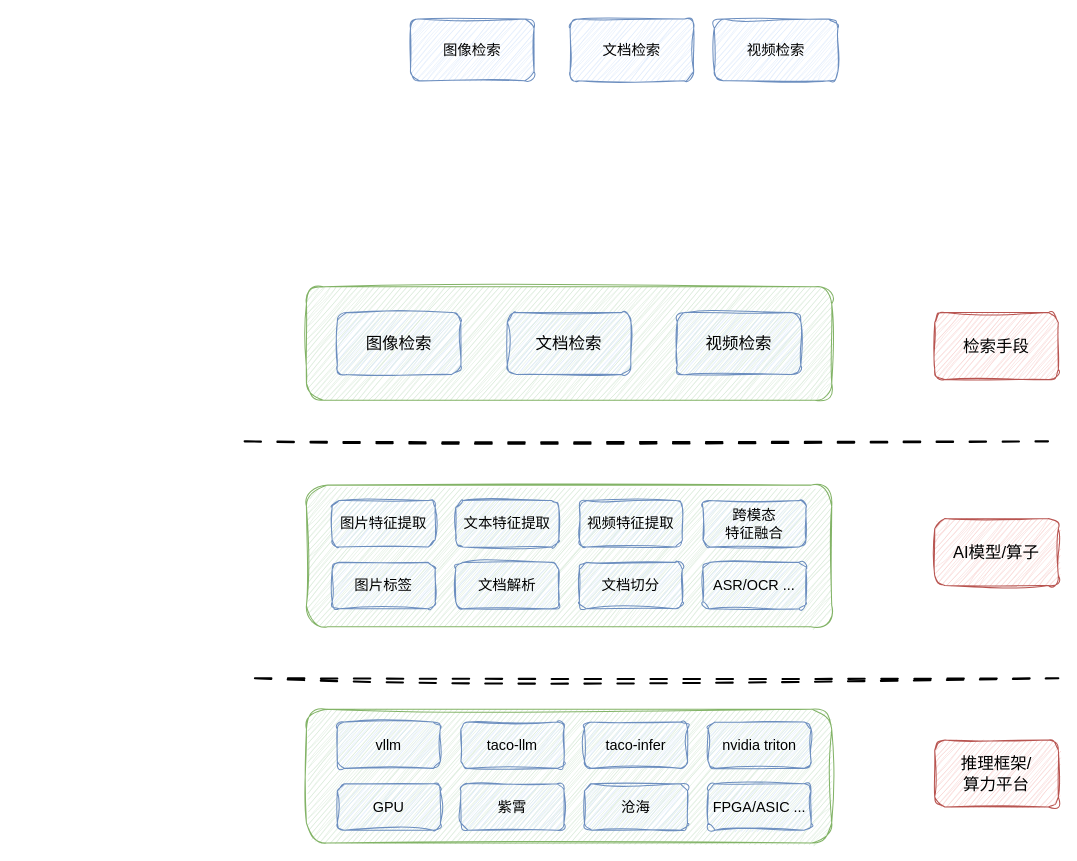
Before: 20250531_汇报材料.drawio in CvRocker/draw-io, a draw.io diagram. Source tidied: cells renumbered, new cells numbered last; positions are measured from the earlier drawing's top-left corner, leaving out a move shared by most shapes. Both pictures are drawn from the tidied source at 103%, with x=0, y=0 at pixel (244, 19).
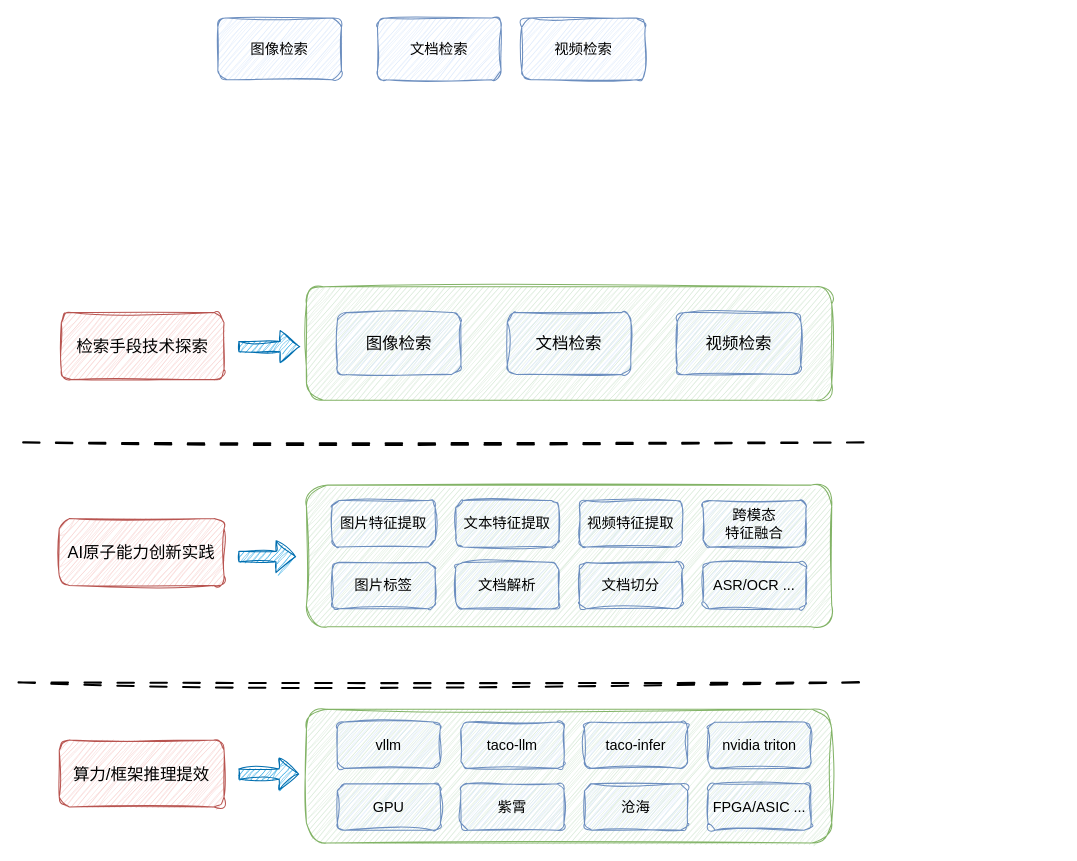
The same diagram, later.

The edit, as a diff of the source:
```diff
@@
-    <mxCell id="3" value="&lt;font style=&quot;font-size: 16px;&quot;&gt;检索手段&lt;/font&gt;" style="rounded=1;whiteSpace=wrap;html=1;fillColor=#f8cecc;strokeColor=#b85450;fontFamily=Helvetica;sketch=1;curveFitting=1;jiggle=2;" parent="1" vertex="1">
-      <mxGeometry x="670" y="285" width="120" height="65" as="geometry" />
+    <mxCell id="3" value="&lt;span style=&quot;font-size: 16px;&quot;&gt;检索手段技术探索&lt;/span&gt;" style="rounded=1;whiteSpace=wrap;html=1;fillColor=#f8cecc;strokeColor=#b85450;fontFamily=Helvetica;sketch=1;curveFitting=1;jiggle=2;" parent="1" vertex="1">
+      <mxGeometry x="-178" y="285" width="158" height="65" as="geometry" />
     </mxCell>
     <mxCell id="4" value="图像检索" style="rounded=1;whiteSpace=wrap;html=1;fillColor=#dae8fc;strokeColor=#6c8ebf;fontFamily=Helvetica;fontSize=14;sketch=1;curveFitting=1;jiggle=2;" parent="1" vertex="1">
-      <mxGeometry x="161" width="120" height="60" as="geometry" />
+      <mxGeometry x="-26" y="-1" width="120" height="60" as="geometry" />
     </mxCell>
     <mxCell id="5" value="文档检索" style="rounded=1;whiteSpace=wrap;html=1;fillColor=#dae8fc;strokeColor=#6c8ebf;fontFamily=Helvetica;fontSize=14;sketch=1;curveFitting=1;jiggle=2;" parent="1" vertex="1">
-      <mxGeometry x="316" width="120" height="60" as="geometry" />
+      <mxGeometry x="129" y="-1" width="120" height="60" as="geometry" />
     </mxCell>
     <mxCell id="6" value="视频检索" style="rounded=1;whiteSpace=wrap;html=1;fillColor=#dae8fc;strokeColor=#6c8ebf;fontFamily=Helvetica;fontSize=14;sketch=1;curveFitting=1;jiggle=2;" parent="1" vertex="1">
-      <mxGeometry x="456" width="120" height="60" as="geometry" />
+      <mxGeometry x="269" y="-1" width="120" height="60" as="geometry" />
     </mxCell>
@@
     <mxCell id="10" style="endArrow=none;html=1;rounded=1;dashed=1;dashPattern=8 8;strokeWidth=2;sketch=1;curveFitting=1;jiggle=2;" parent="1" edge="1">
       <mxGeometry relative="1" as="geometry">
-        <mxPoint y="410" as="sourcePoint" />
-        <mxPoint x="780" y="410" as="targetPoint" />
+        <mxPoint x="-215" y="411" as="sourcePoint" />
+        <mxPoint x="610" y="411" as="targetPoint" />
       </mxGeometry>
     </mxCell>
@@
-    <mxCell id="12" value="&lt;span style=&quot;font-size: 16px;&quot;&gt;AI模型/算子&lt;/span&gt;" style="rounded=1;whiteSpace=wrap;html=1;fillColor=#f8cecc;strokeColor=#b85450;fontFamily=Helvetica;sketch=1;curveFitting=1;jiggle=2;" parent="1" vertex="1">
-      <mxGeometry x="670" y="485" width="120" height="65" as="geometry" />
+    <mxCell id="12" value="&lt;span style=&quot;font-size: 16px;&quot;&gt;AI&lt;/span&gt;&lt;span style=&quot;font-size: 16px;&quot;&gt;原子能力创新实践&lt;/span&gt;" style="rounded=1;whiteSpace=wrap;html=1;fillColor=#f8cecc;strokeColor=#b85450;fontFamily=Helvetica;sketch=1;curveFitting=1;jiggle=2;" parent="1" vertex="1">
+      <mxGeometry x="-180" y="485" width="160" height="65" as="geometry" />
     </mxCell>
@@
-    <mxCell id="21" value="&lt;span style=&quot;font-size: 16px;&quot;&gt;推理框架/&lt;/span&gt;&lt;div&gt;&lt;span style=&quot;font-size: 16px;&quot;&gt;算力平台&lt;/span&gt;&lt;/div&gt;" style="rounded=1;whiteSpace=wrap;html=1;fillColor=#f8cecc;strokeColor=#b85450;fontFamily=Helvetica;sketch=1;curveFitting=1;jiggle=2;" parent="1" vertex="1">
-      <mxGeometry x="670" y="700" width="120" height="65" as="geometry" />
+    <mxCell id="21" value="&lt;span style=&quot;font-size: 16px;&quot;&gt;算力/&lt;/span&gt;&lt;span style=&quot;font-size: 16px;&quot;&gt;框架推理提效&lt;/span&gt;" style="rounded=1;whiteSpace=wrap;html=1;fillColor=#f8cecc;strokeColor=#b85450;fontFamily=Helvetica;sketch=1;curveFitting=1;jiggle=2;" parent="1" vertex="1">
+      <mxGeometry x="-180" y="700" width="160" height="65" as="geometry" />
     </mxCell>
@@
     <mxCell id="31" style="endArrow=none;html=1;rounded=1;dashed=1;dashPattern=8 8;strokeWidth=2;sketch=1;curveFitting=1;jiggle=2;" parent="1" edge="1">
       <mxGeometry relative="1" as="geometry">
-        <mxPoint x="10" y="640" as="sourcePoint" />
-        <mxPoint x="790" y="640" as="targetPoint" />
+        <mxPoint x="-219.5" y="644" as="sourcePoint" />
+        <mxPoint x="597.5" y="644" as="targetPoint" />
       </mxGeometry>
     </mxCell>
+    <mxCell id="32" style="shape=flexArrow;endArrow=classic;html=1;rounded=0;sketch=1;hachureGap=4;jiggle=2;curveFitting=1;fontFamily=Architects Daughter;fillColor=#1ba1e2;strokeColor=#006EAF;" parent="1" edge="1">
+      <mxGeometry relative="1" as="geometry">
+        <mxPoint x="-6" y="318" as="sourcePoint" />
+        <mxPoint x="54" y="318" as="targetPoint" />
+      </mxGeometry>
+    </mxCell>
+    <mxCell id="33" style="shape=flexArrow;endArrow=classic;html=1;rounded=0;sketch=1;hachureGap=4;jiggle=2;curveFitting=1;fontFamily=Architects Daughter;fillColor=#1ba1e2;strokeColor=#006EAF;" parent="1" edge="1">
+      <mxGeometry relative="1" as="geometry">
+        <mxPoint x="-6" y="521.8" as="sourcePoint" />
+        <mxPoint x="50" y="522" as="targetPoint" />
+      </mxGeometry>
+    </mxCell>
+    <mxCell id="34" style="shape=flexArrow;endArrow=classic;html=1;rounded=0;sketch=1;hachureGap=4;jiggle=2;curveFitting=1;fontFamily=Architects Daughter;fillColor=#1ba1e2;strokeColor=#006EAF;" parent="1" edge="1">
+      <mxGeometry relative="1" as="geometry">
+        <mxPoint x="-6" y="733" as="sourcePoint" />
+        <mxPoint x="53" y="733" as="targetPoint" />
+      </mxGeometry>
+    </mxCell>
```
